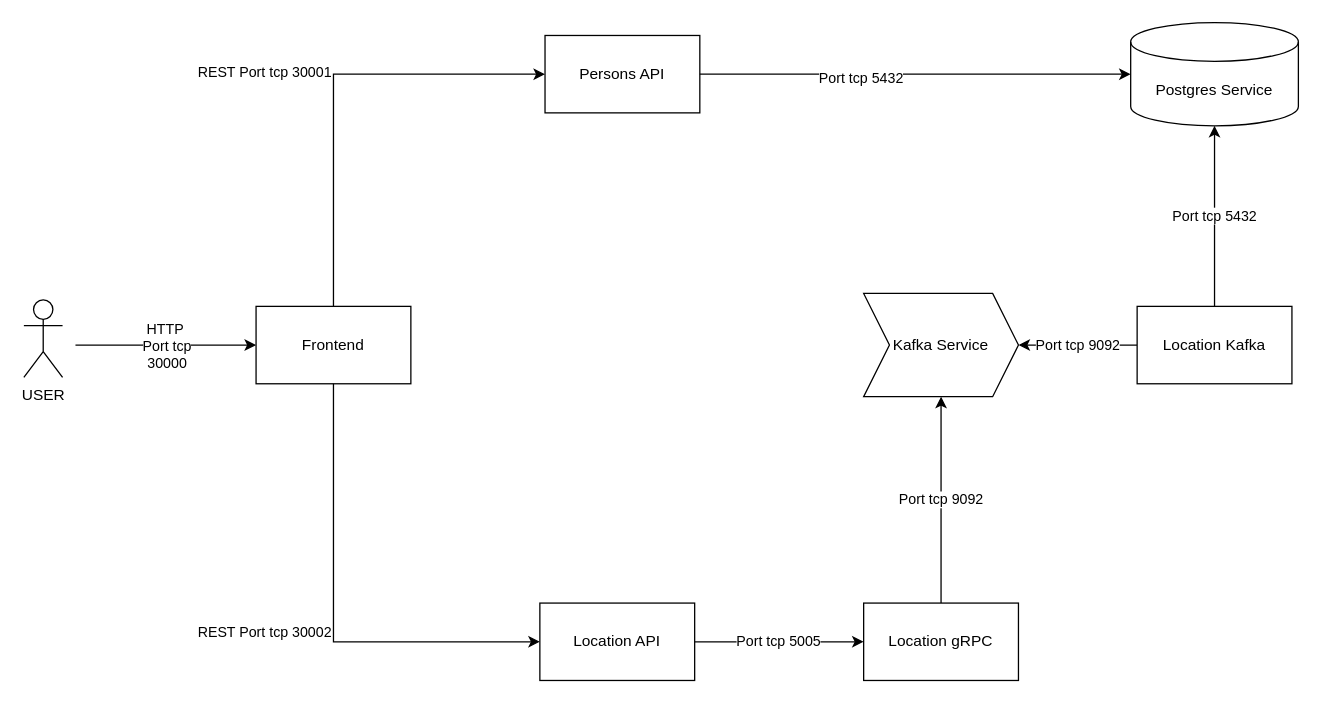
Earlier version of the draw.io diagram Architecture diagram.drawio (isildrum/udacity-project-2). Source tidied: cells renumbered, new cells numbered last; positions are measured from the earlier drawing's top-left corner, leaving out a move shared by most shapes. Both pictures are drawn from the tidied source at 129%, with x=0, y=0 at pixel (23, 22).
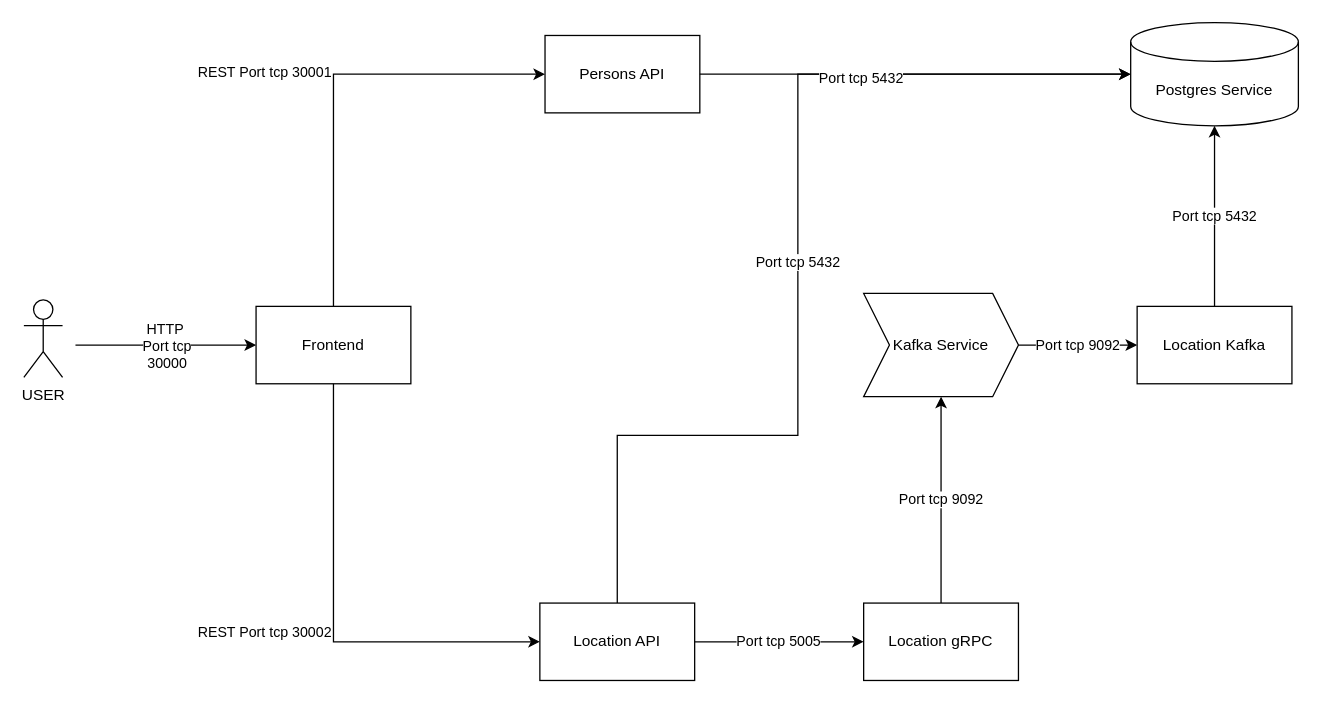
After the change.

The change refers to these unchanged cells:
```xml
<mxCell id="6" value="Location API" style="rounded=0;whiteSpace=wrap;html=1;" parent="1" vertex="1">
  <mxGeometry x="400" y="450" width="120" height="60" as="geometry" />
</mxCell>
<mxCell id="11" value="Postgres Service" style="shape=cylinder3;whiteSpace=wrap;html=1;boundedLbl=1;backgroundOutline=1;size=15;fillColor=none;" parent="1" vertex="1">
  <mxGeometry x="858" width="130" height="80" as="geometry" />
</mxCell>
<mxCell id="14" value="Kafka Service" style="shape=step;perimeter=stepPerimeter;whiteSpace=wrap;html=1;fixedSize=1;fillColor=none;" parent="1" vertex="1">
  <mxGeometry x="651" y="210" width="120" height="80" as="geometry" />
</mxCell>
<mxCell id="18" value="Location Kafka" style="rounded=0;whiteSpace=wrap;html=1;" parent="1" vertex="1">
  <mxGeometry x="863" y="220" width="120" height="60" as="geometry" />
</mxCell>
```

Change to the diagram source:
```diff
@@
+    <mxCell id="19" value="Port tcp 5432" style="edgeStyle=orthogonalEdgeStyle;rounded=0;jettySize=auto;html=1;exitX=0.5;exitY=0;exitDx=0;exitDy=0;entryX=0;entryY=0.5;entryDx=0;entryDy=0;entryPerimeter=0;startArrow=none;startFill=0;endArrow=classic;endFill=1;" parent="1" edge="1" source="6" target="11">
+      <mxGeometry relative="1" as="geometry">
+        <Array as="points">
+          <mxPoint x="460" y="320" />
+          <mxPoint x="600" y="320" />
+          <mxPoint x="600" y="40" />
+        </Array>
+      </mxGeometry>
+    </mxCell>
@@
-    <mxCell id="13" value="Port tcp 9092" style="edgeStyle=orthogonalEdgeStyle;rounded=0;jettySize=auto;html=1;exitX=1;exitY=0.5;exitDx=0;exitDy=0;entryX=0;entryY=0.5;entryDx=0;entryDy=0;startArrow=classic;startFill=1;endArrow=none;endFill=0;" parent="1" edge="1" source="14" target="18">
+    <mxCell id="13" value="Port tcp 9092" style="edgeStyle=orthogonalEdgeStyle;rounded=0;jettySize=auto;html=1;exitX=1;exitY=0.5;exitDx=0;exitDy=0;entryX=0;entryY=0.5;entryDx=0;entryDy=0;startArrow=none;startFill=0;endArrow=classic;endFill=1;" parent="1" edge="1" source="14" target="18">
       <mxGeometry relative="1" as="geometry" />
     </mxCell>
```
